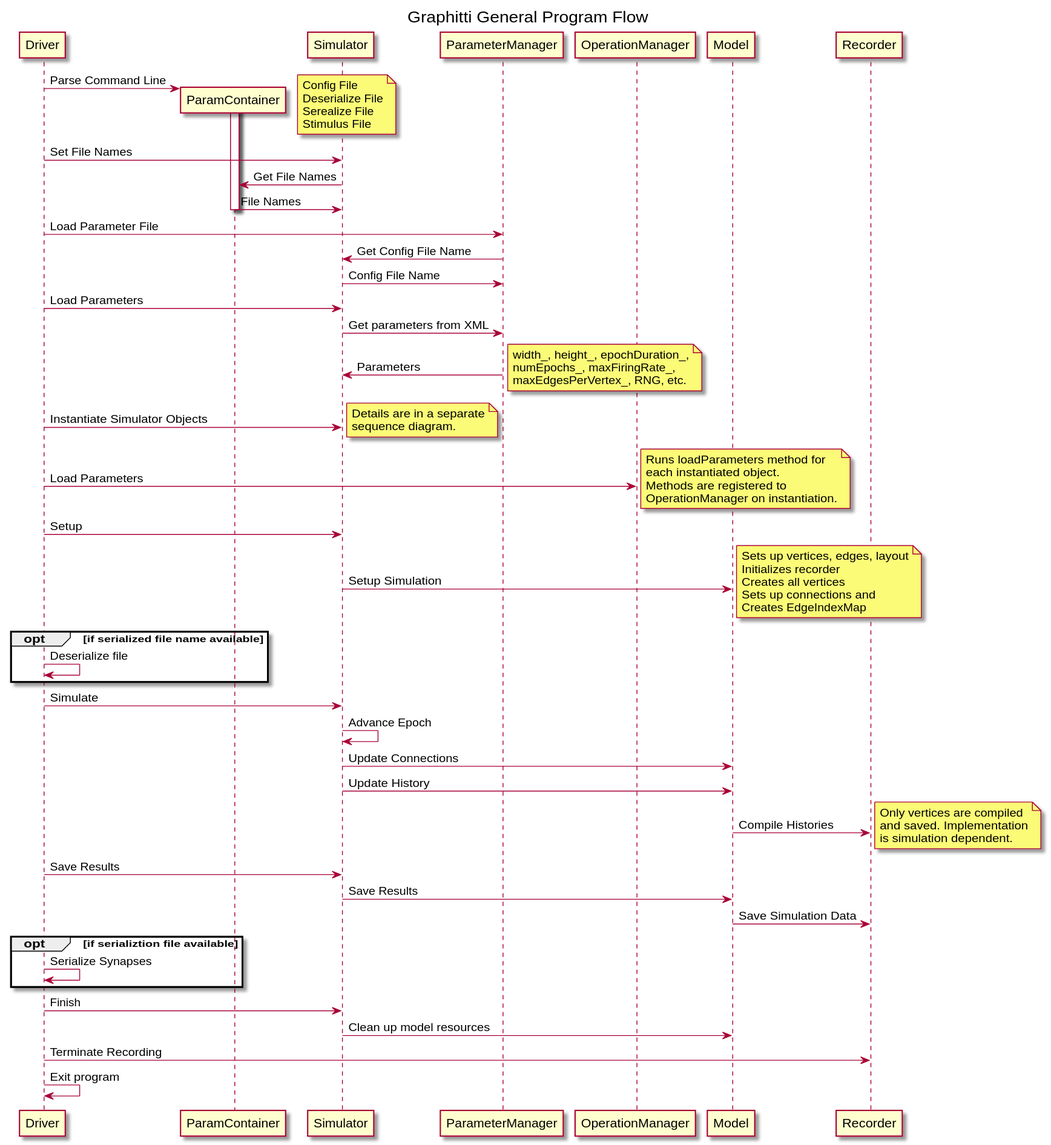
This is docs/Developer/SequenceDiagrams/diagrams/topLevelFlow.svg from UWB-Biocomputing/Graphitti, a PlantUML export, as it was before one commit.
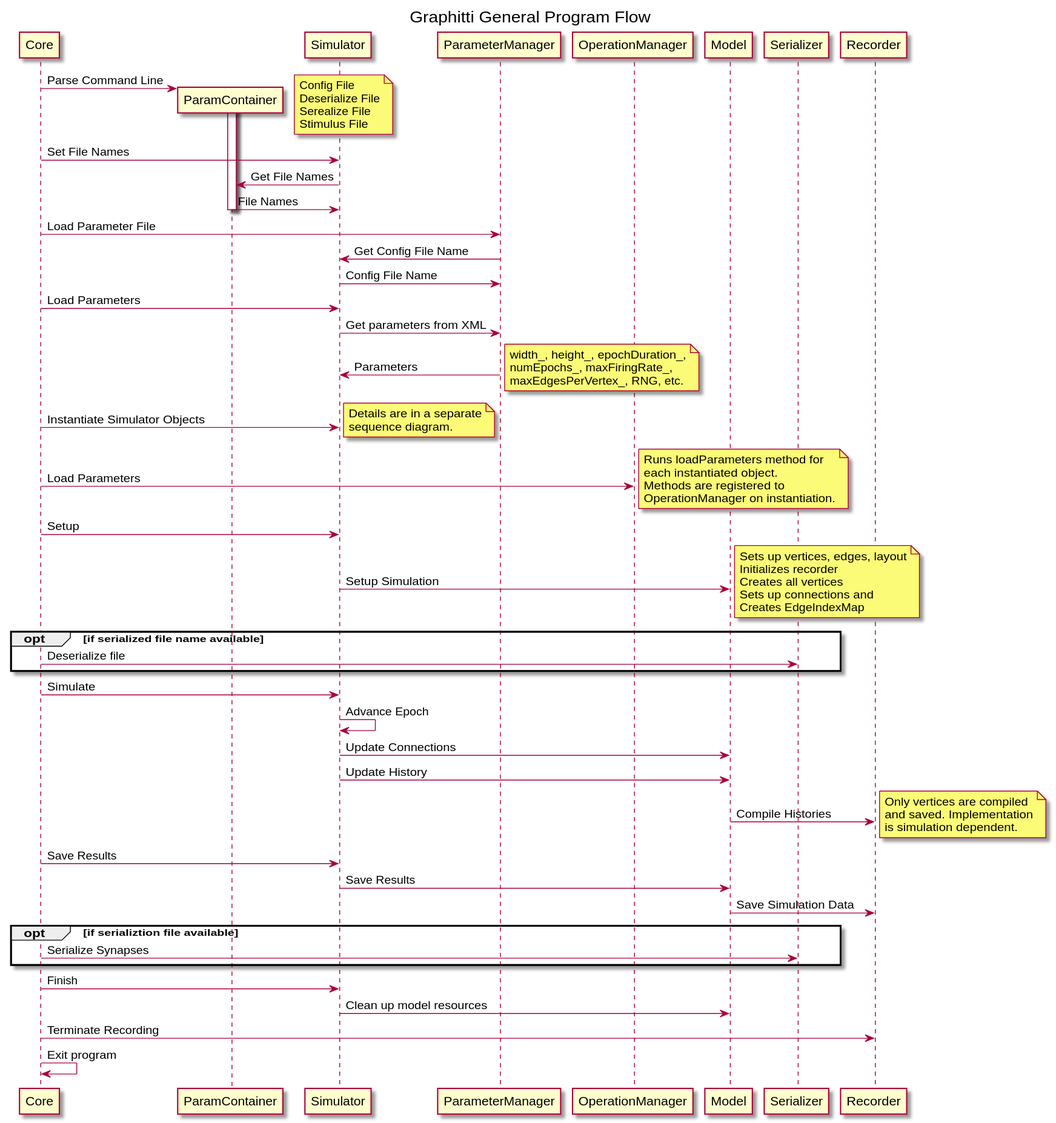
After the change.

Diff of the diagram source:
```diff
@@ -2,7 +2,7 @@
 
 title Graphitti General Program Flow
 
-Driver -> ParamContainer **: Parse Command Line
+Core -> ParamContainer **: Parse Command Line
 activate ParamContainer
 note right
     Config File
@@ -11,15 +11,15 @@
     Stimulus File
 end note
 
-Driver -> Simulator: Set File Names
+Core -> Simulator: Set File Names
 Simulator -> ParamContainer: Get File Names
 ParamContainer -> Simulator: File Names
 deactivate ParamContainer
 
-Driver -> ParameterManager: Load Parameter File
+Core -> ParameterManager: Load Parameter File
 ParameterManager -> Simulator: Get Config File Name
 Simulator -> ParameterManager: Config File Name
-Driver -> Simulator: Load Parameters
+Core -> Simulator: Load Parameters
 Simulator -> ParameterManager: Get parameters from XML
 ParameterManager -> Simulator: Parameters
 note right
@@ -28,13 +28,13 @@
     maxEdgesPerVertex_, RNG, etc.
 end note
 
-Driver -> Simulator: Instantiate Simulator Objects
+Core -> Simulator: Instantiate Simulator Objects
 note right
     Details are in a separate
     sequence diagram.
 end note
 
-Driver -> OperationManager: Load Parameters
+Core -> OperationManager: Load Parameters
 note right
     Runs loadParameters method for
     each instantiated object.
@@ -42,7 +42,7 @@
     OperationManager on instantiation.
 end note
 
-Driver -> Simulator: Setup
+Core -> Simulator: Setup
 Simulator -> Model: Setup Simulation
 note right
     Sets up vertices, edges, layout
@@ -53,10 +53,10 @@
 end note
 
 opt if serialized file name available
-    Driver -> Driver: Deserialize file
+    Core -> Serializer: Deserialize file
 end
 
-Driver -> Simulator: Simulate
+Core -> Simulator: Simulate
 Simulator -> Simulator: Advance Epoch
 Simulator -> Model: Update Connections
 Simulator -> Model: Update History
@@ -67,17 +67,17 @@
     is simulation dependent.
 end note
 
-Driver -> Simulator: Save Results
+Core -> Simulator: Save Results
 Simulator -> Model: Save Results
 Model -> Recorder: Save Simulation Data
 
 opt if serializtion file available
-    Driver -> Driver: Serialize Synapses
+    Core -> Serializer: Serialize Synapses
 end
 
-Driver -> Simulator: Finish
+Core -> Simulator: Finish
 Simulator -> Model: Clean up model resources
-Driver -> Recorder: Terminate Recording
-Driver -> Driver: Exit program
+Core -> Recorder: Terminate Recording
+Core -> Core: Exit program
 
 @enduml
```
